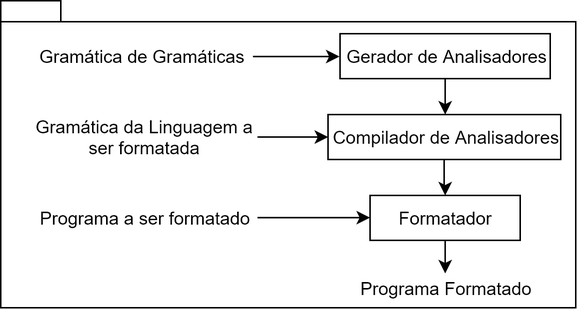
The draw.io diagram MyWorflowForLarkTraduzido2.png in evandrocoan/objectbeatypictures, before a commit. Source tidied: cells renumbered, new cells last; positions are measured from the earlier drawing's top-left corner, leaving out a move shared by most shapes.
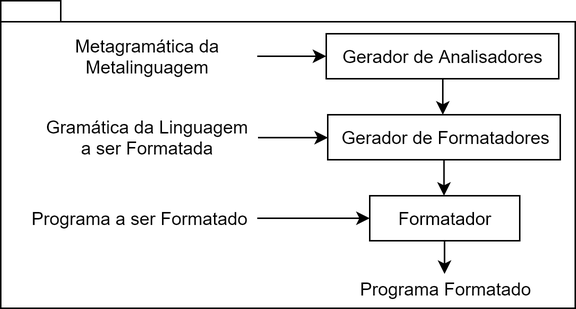
The same file after the commit.

Change to the diagram source:
```diff
@@ -14,25 +14,30 @@
       </mxGeometry>
     </mxCell>
     <mxCell id="4" value="Gerador de Analisadores" style="rounded=0;whiteSpace=wrap;html=1;" parent="1" vertex="1">
-      <mxGeometry x="226" y="22" width="140" height="30" as="geometry" />
+      <mxGeometry x="217" y="22" width="155" height="30" as="geometry" />
     </mxCell>
     <mxCell id="5" style="edgeStyle=orthogonalEdgeStyle;rounded=0;html=1;entryX=0;entryY=0.5;jettySize=auto;entryDx=0;entryDy=0;" parent="1" edge="1" source="6" target="4">
       <mxGeometry relative="1" as="geometry" />
     </mxCell>
-    <mxCell id="6" value="Gramática de Gramáticas" style="text;html=1;strokeColor=none;fillColor=none;align=center;verticalAlign=middle;whiteSpace=wrap;rounded=0;" parent="1" vertex="1">
-      <mxGeometry x="21" y="27" width="147" height="20" as="geometry" />
+    <mxCell id="6" value="Metagramática da Metalinguagem" style="text;html=1;strokeColor=none;fillColor=none;align=center;verticalAlign=middle;whiteSpace=wrap;rounded=0;" parent="1" vertex="1">
+      <mxGeometry x="25" y="22.5" width="146" height="29" as="geometry" />
     </mxCell>
     <mxCell id="7" style="edgeStyle=orthogonalEdgeStyle;rounded=0;html=1;jettySize=auto;" parent="1" edge="1" source="8" target="12">
-      <mxGeometry relative="1" as="geometry" />
+      <mxGeometry relative="1" as="geometry">
+        <Array as="points">
+          <mxPoint x="296" y="130" />
+          <mxPoint x="296" y="130" />
+        </Array>
+      </mxGeometry>
     </mxCell>
-    <mxCell id="8" value="Compilador de Analisadores" style="rounded=0;whiteSpace=wrap;html=1;" parent="1" vertex="1">
+    <mxCell id="8" value="Gerador de Formatadores" style="rounded=0;whiteSpace=wrap;html=1;" parent="1" vertex="1">
       <mxGeometry x="218" y="76" width="155" height="30" as="geometry" />
     </mxCell>
     <mxCell id="9" style="edgeStyle=orthogonalEdgeStyle;rounded=0;html=1;entryX=0;entryY=0.5;jettySize=auto;" parent="1" edge="1" source="10" target="8">
       <mxGeometry relative="1" as="geometry" />
     </mxCell>
-    <mxCell id="10" value="Gramática da Linguagem a ser formatada" style="text;html=1;strokeColor=none;fillColor=none;align=center;verticalAlign=middle;whiteSpace=wrap;rounded=0;" parent="1" vertex="1">
-      <mxGeometry x="21" y="81" width="150" height="20" as="geometry" />
+    <mxCell id="10" value="Gramática da Linguagem&lt;br&gt;a ser Formatada" style="text;html=1;strokeColor=none;fillColor=none;align=center;verticalAlign=middle;whiteSpace=wrap;rounded=0;" parent="1" vertex="1">
+      <mxGeometry x="21.5" y="77" width="150" height="28" as="geometry" />
     </mxCell>
     <mxCell id="11" style="edgeStyle=orthogonalEdgeStyle;rounded=0;html=1;entryX=0.5;entryY=0;jettySize=auto;" parent="1" edge="1" source="12" target="15">
       <mxGeometry relative="1" as="geometry" />
@@ -43,8 +48,8 @@
     <mxCell id="13" style="edgeStyle=orthogonalEdgeStyle;rounded=0;html=1;jettySize=auto;" parent="1" edge="1" source="14" target="12">
       <mxGeometry relative="1" as="geometry" />
     </mxCell>
-    <mxCell id="14" value="Programa a ser formatado" style="text;html=1;strokeColor=none;fillColor=none;align=center;verticalAlign=middle;whiteSpace=wrap;rounded=0;" parent="1" vertex="1">
-      <mxGeometry x="22" y="135" width="149" height="20" as="geometry" />
+    <mxCell id="14" value="Programa a ser Formatado" style="text;html=1;strokeColor=none;fillColor=none;align=center;verticalAlign=middle;whiteSpace=wrap;rounded=0;" parent="1" vertex="1">
+      <mxGeometry x="13" y="135" width="158" height="20" as="geometry" />
     </mxCell>
     <mxCell id="15" value="Programa Formatado" style="text;html=1;strokeColor=none;fillColor=none;align=center;verticalAlign=middle;whiteSpace=wrap;rounded=0;" parent="1" vertex="1">
       <mxGeometry x="226" y="182.3" width="140" height="20" as="geometry" />
```
